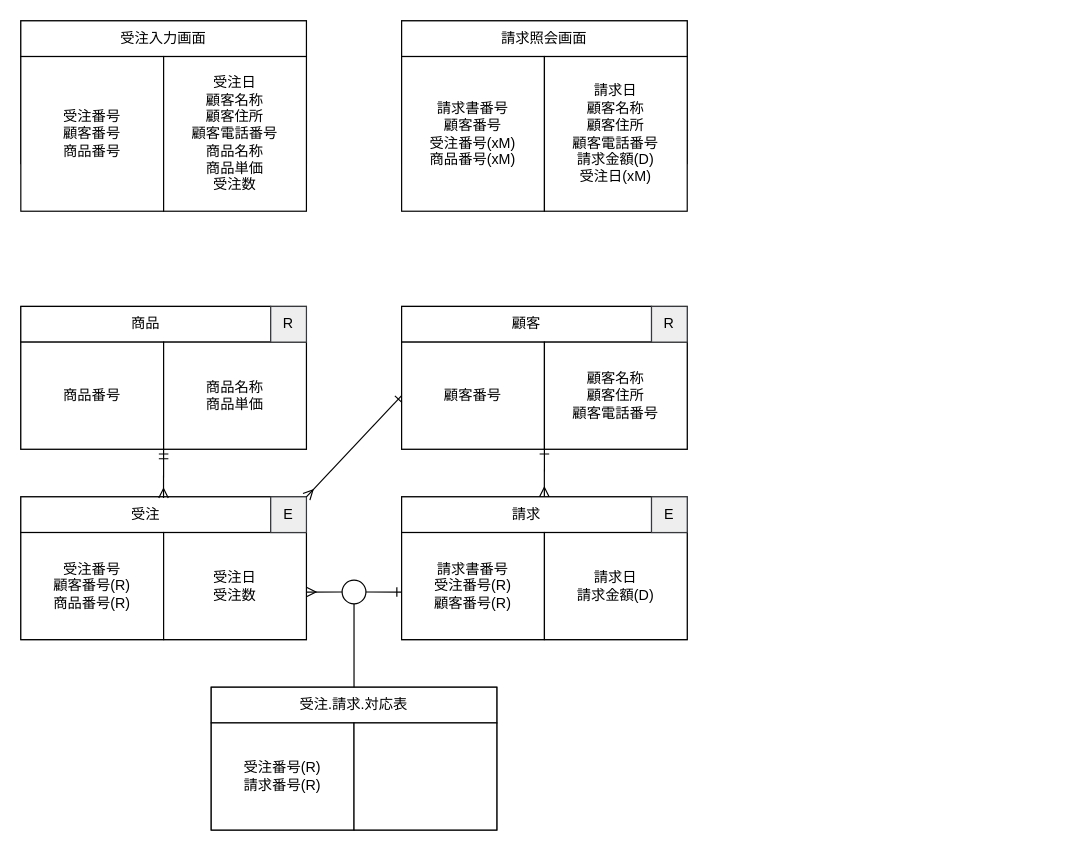
Earlier version of the draw.io diagram tm_work.drawio (pazworld/drawio). Source tidied: cells renumbered, new cells numbered last; positions are measured from the earlier drawing's top-left corner, leaving out a move shared by most shapes. Both pictures are drawn from the tidied source at 119%, with x=0, y=0 at pixel (20, 20).
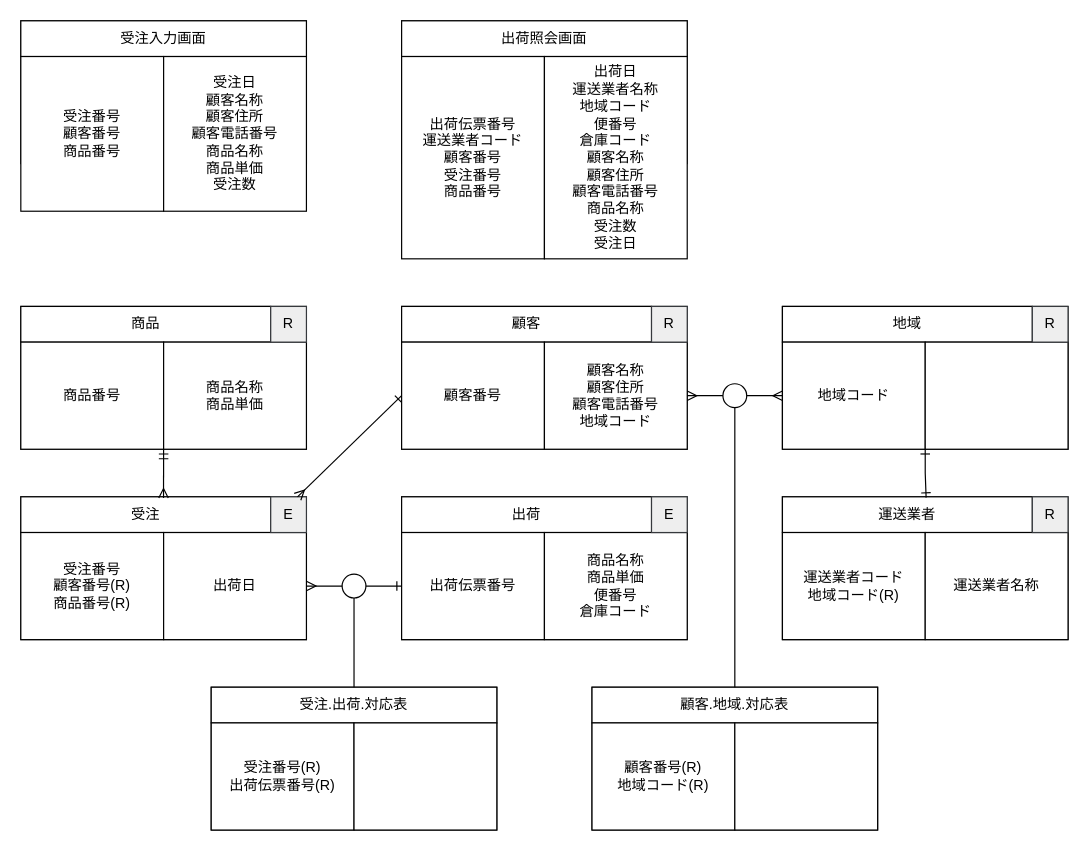
The same diagram, later.

Commit message:
TM入門p.128の練習問題に更新

The change refers to these unchanged cells:
```xml
<mxCell id="18" style="group;" parent="1" vertex="1">
  <mxGeometry x="320" y="240" width="240" height="120" as="geometry" />
</mxCell>
<mxCell id="21" value="顧客番号" style="rounded=0;whiteSpace=wrap;html=1;" parent="18" vertex="1">
  <mxGeometry y="30" width="120" height="90" as="geometry" />
</mxCell>
<mxCell id="29" value="E" style="rounded=0;whiteSpace=wrap;html=1;fillColor=#eeeeee;strokeColor=#36393d;" parent="24" vertex="1">
  <mxGeometry x="210" width="30" height="30" as="geometry" />
</mxCell>
```

Diff of the diagram source:
```diff
@@
     <mxCell id="7" style="group;" parent="1" vertex="1">
-      <mxGeometry x="320" width="240" height="170" as="geometry" />
+      <mxGeometry x="320" width="240" height="200" as="geometry" />
     </mxCell>
@@
-    <mxCell id="9" value="請求照会画面" style="rounded=0;whiteSpace=wrap;html=1;" parent="7" vertex="1">
+    <mxCell id="9" value="出荷照会画面" style="rounded=0;whiteSpace=wrap;html=1;" parent="7" vertex="1">
       <mxGeometry width="240" height="30" as="geometry" />
     </mxCell>
-    <mxCell id="10" value="請求書番号&lt;div&gt;顧客番号&lt;/div&gt;&lt;div&gt;受注番号(xM)&lt;/div&gt;&lt;div&gt;商品番号(xM)&lt;/div&gt;" style="rounded=0;whiteSpace=wrap;html=1;" parent="7" vertex="1">
-      <mxGeometry y="30" width="120" height="130" as="geometry" />
+    <mxCell id="10" value="出荷伝票番号&lt;div&gt;運送業者コード&lt;/div&gt;&lt;div&gt;顧客番号&lt;/div&gt;&lt;div&gt;受注番号&lt;/div&gt;&lt;div&gt;商品番号&lt;/div&gt;" style="rounded=0;whiteSpace=wrap;html=1;" parent="7" vertex="1">
+      <mxGeometry y="30" width="120" height="170" as="geometry" />
     </mxCell>
-    <mxCell id="11" value="請求日&lt;div&gt;顧客名称&lt;/div&gt;&lt;div&gt;顧客住所&lt;/div&gt;&lt;div&gt;顧客電話番号&lt;/div&gt;&lt;div&gt;請求金額(D)&lt;/div&gt;&lt;div&gt;受注日(xM)&lt;/div&gt;" style="rounded=0;whiteSpace=wrap;html=1;" parent="7" vertex="1">
-      <mxGeometry x="120" y="30" width="120" height="130" as="geometry" />
+    <mxCell id="11" value="出荷日&lt;div&gt;運送業者名称&lt;/div&gt;&lt;div&gt;地域コード&lt;/div&gt;&lt;div&gt;便番号&lt;/div&gt;&lt;div&gt;倉庫コード&lt;/div&gt;&lt;div&gt;顧客名称&lt;/div&gt;&lt;div&gt;顧客住所&lt;/div&gt;&lt;div&gt;顧客電話番号&lt;/div&gt;&lt;div&gt;商品名称&lt;/div&gt;&lt;div&gt;受注数&lt;/div&gt;&lt;div&gt;受注日&lt;/div&gt;" style="rounded=0;whiteSpace=wrap;html=1;" parent="7" vertex="1">
+      <mxGeometry x="120" y="30" width="120" height="170" as="geometry" />
     </mxCell>
@@
-    <mxCell id="22" value="顧客名称&lt;div&gt;顧客住所&lt;/div&gt;&lt;div&gt;顧客電話番号&lt;/div&gt;" style="rounded=0;whiteSpace=wrap;html=1;" parent="18" vertex="1">
+    <mxCell id="22" value="顧客名称&lt;div&gt;顧客住所&lt;/div&gt;&lt;div&gt;顧客電話番号&lt;/div&gt;&lt;div&gt;地域コード&lt;/div&gt;" style="rounded=0;whiteSpace=wrap;html=1;" parent="18" vertex="1">
       <mxGeometry x="120" y="30" width="120" height="90" as="geometry" />
     </mxCell>
@@
     <mxCell id="24" style="group;" parent="1" vertex="1">
-      <mxGeometry y="400" width="240" height="120" as="geometry" />
+      <mxGeometry y="400" width="400" height="280" as="geometry" />
     </mxCell>
@@
-    <mxCell id="28" value="受注日&lt;div&gt;受注数&lt;/div&gt;" style="rounded=0;whiteSpace=wrap;html=1;" parent="24" vertex="1">
+    <mxCell id="28" value="出荷日" style="rounded=0;whiteSpace=wrap;html=1;" parent="24" vertex="1">
       <mxGeometry x="120" y="30" width="120" height="90" as="geometry" />
     </mxCell>
@@
-    <mxCell id="30" style="group;" parent="1" vertex="1">
-      <mxGeometry x="320" y="400" width="240" height="120" as="geometry" />
-    </mxCell>
-    <mxCell id="31" style="rounded=0;whiteSpace=wrap;html=1;" parent="30" vertex="1">
-      <mxGeometry width="240" height="120" as="geometry" />
-    </mxCell>
-    <mxCell id="32" value="請求" style="rounded=0;whiteSpace=wrap;html=1;" parent="30" vertex="1">
-      <mxGeometry width="210" height="30" as="geometry" />
-    </mxCell>
-    <mxCell id="33" value="請求書番号&lt;div&gt;受注番号(R)&lt;/div&gt;&lt;div&gt;顧客番号(R)&lt;/div&gt;" style="rounded=0;whiteSpace=wrap;html=1;" parent="30" vertex="1">
-      <mxGeometry y="30" width="120" height="90" as="geometry" />
-    </mxCell>
-    <mxCell id="34" value="請求日&lt;div&gt;請求金額(D)&lt;/div&gt;" style="rounded=0;whiteSpace=wrap;html=1;" parent="30" vertex="1">
-      <mxGeometry x="120" y="30" width="120" height="90" as="geometry" />
-    </mxCell>
-    <mxCell id="35" value="E" style="rounded=0;whiteSpace=wrap;html=1;fillColor=#eeeeee;strokeColor=#36393d;" parent="30" vertex="1">
-      <mxGeometry x="210" width="30" height="30" as="geometry" />
-    </mxCell>
-    <mxCell id="36" style="group;" parent="1" vertex="1">
-      <mxGeometry x="160" y="560" width="240" height="120" as="geometry" />
+    <mxCell id="36" style="group;" parent="24" vertex="1">
+      <mxGeometry x="160" y="160" width="240" height="120" as="geometry" />
     </mxCell>
@@
-    <mxCell id="38" value="受注.請求.対応表" style="rounded=0;whiteSpace=wrap;html=1;" parent="36" vertex="1">
+    <mxCell id="38" value="受注.出荷.対応表" style="rounded=0;whiteSpace=wrap;html=1;" parent="36" vertex="1">
       <mxGeometry width="240" height="30" as="geometry" />
     </mxCell>
-    <mxCell id="39" value="受注番号(R)&lt;div&gt;請求番号(R)&lt;/div&gt;" style="rounded=0;whiteSpace=wrap;html=1;" parent="36" vertex="1">
+    <mxCell id="39" value="受注番号(R)&lt;div&gt;出荷伝票番号(R)&lt;/div&gt;" style="rounded=0;whiteSpace=wrap;html=1;" parent="36" vertex="1">
       <mxGeometry y="30" width="120" height="90" as="geometry" />
     </mxCell>
@@
-    <mxCell id="41" style="ellipse;whiteSpace=wrap;html=1;" parent="1" vertex="1">
-      <mxGeometry x="270" y="470" width="20" height="20" as="geometry" />
+    <mxCell id="41" style="ellipse;whiteSpace=wrap;html=1;" parent="24" vertex="1">
+      <mxGeometry x="270" y="65" width="20" height="20" as="geometry" />
     </mxCell>
+    <mxCell id="44" style="edgeStyle=orthogonalEdgeStyle;rounded=0;jettySize=auto;html=1;exitX=0.5;exitY=0;exitDx=0;exitDy=0;entryX=0.5;entryY=1;entryDx=0;entryDy=0;endArrow=none;startFill=0;" parent="24" edge="1" source="38" target="41">
+      <mxGeometry relative="1" as="geometry" />
+    </mxCell>
-    <mxCell id="42" style="rounded=0;jettySize=auto;html=1;exitX=1;exitY=0.556;exitDx=0;exitDy=0;entryX=0;entryY=0.5;entryDx=0;entryDy=0;exitPerimeter=0;startArrow=ERmany;startFill=0;endArrow=none;" parent="1" edge="1" source="28" target="41">
+    <mxCell id="42" style="edgeStyle=orthogonalEdgeStyle;rounded=0;jettySize=auto;html=1;exitX=1;exitY=0.5;exitDx=0;exitDy=0;entryX=0;entryY=0.5;entryDx=0;entryDy=0;endArrow=none;startFill=0;startArrow=ERmany;" parent="24" edge="1" source="28" target="41">
       <mxGeometry relative="1" as="geometry" />
     </mxCell>
-    <mxCell id="43" style="rounded=0;jettySize=auto;html=1;exitX=0;exitY=0.556;exitDx=0;exitDy=0;entryX=1;entryY=0.5;entryDx=0;entryDy=0;exitPerimeter=0;startArrow=ERone;startFill=0;endArrow=none;" parent="1" edge="1" source="33" target="41">
-      <mxGeometry relative="1" as="geometry" />
-    </mxCell>
-    <mxCell id="44" style="edgeStyle=orthogonalEdgeStyle;rounded=0;jettySize=auto;html=1;exitX=0.5;exitY=0;exitDx=0;exitDy=0;entryX=0.5;entryY=1;entryDx=0;entryDy=0;endArrow=none;startFill=0;" parent="1" edge="1" source="38" target="41">
-      <mxGeometry relative="1" as="geometry" />
-    </mxCell>
@@
-    <mxCell id="46" style="rounded=0;jettySize=auto;html=1;exitX=0.571;exitY=0;exitDx=0;exitDy=0;entryX=0;entryY=1;entryDx=0;entryDy=0;exitPerimeter=0;endArrow=ERone;endFill=0;startArrow=ERmany;startFill=0;" parent="1" edge="1" source="32" target="22">
-      <mxGeometry relative="1" as="geometry" />
-    </mxCell>
+    <mxCell id="30" style="group;" parent="1" vertex="1">
+      <mxGeometry x="320" y="400" width="240" height="120" as="geometry" />
+    </mxCell>
+    <mxCell id="48" style="rounded=0;whiteSpace=wrap;html=1;" parent="30" vertex="1">
+      <mxGeometry width="240" height="120" as="geometry" />
+    </mxCell>
+    <mxCell id="49" value="出荷" style="rounded=0;whiteSpace=wrap;html=1;" parent="30" vertex="1">
+      <mxGeometry width="210" height="30" as="geometry" />
+    </mxCell>
+    <mxCell id="50" value="出荷伝票番号" style="rounded=0;whiteSpace=wrap;html=1;" parent="30" vertex="1">
+      <mxGeometry y="30" width="120" height="90" as="geometry" />
+    </mxCell>
+    <mxCell id="51" value="商品名称&lt;div&gt;商品単価&lt;/div&gt;&lt;div&gt;便番号&lt;/div&gt;&lt;div&gt;倉庫コード&lt;/div&gt;" style="rounded=0;whiteSpace=wrap;html=1;" parent="30" vertex="1">
+      <mxGeometry x="120" y="30" width="120" height="90" as="geometry" />
+    </mxCell>
+    <mxCell id="35" value="E" style="rounded=0;whiteSpace=wrap;html=1;fillColor=#eeeeee;strokeColor=#36393d;" parent="30" vertex="1">
+      <mxGeometry x="210" width="30" height="30" as="geometry" />
+    </mxCell>
+    <mxCell id="52" style="group;" parent="1" vertex="1">
+      <mxGeometry x="640" y="400" width="240" height="120" as="geometry" />
+    </mxCell>
+    <mxCell id="53" style="rounded=0;whiteSpace=wrap;html=1;" parent="52" vertex="1">
+      <mxGeometry width="240" height="120" as="geometry" />
+    </mxCell>
+    <mxCell id="54" value="運送業者" style="rounded=0;whiteSpace=wrap;html=1;" parent="52" vertex="1">
+      <mxGeometry width="210" height="30" as="geometry" />
+    </mxCell>
+    <mxCell id="55" value="運送業者コード&lt;div&gt;地域コード(R)&lt;/div&gt;" style="rounded=0;whiteSpace=wrap;html=1;" parent="52" vertex="1">
+      <mxGeometry y="30" width="120" height="90" as="geometry" />
+    </mxCell>
+    <mxCell id="56" value="運送業者名称" style="rounded=0;whiteSpace=wrap;html=1;" parent="52" vertex="1">
+      <mxGeometry x="120" y="30" width="120" height="90" as="geometry" />
+    </mxCell>
+    <mxCell id="57" value="R" style="rounded=0;whiteSpace=wrap;html=1;fillColor=#eeeeee;strokeColor=#36393d;" parent="52" vertex="1">
+      <mxGeometry x="210" width="30" height="30" as="geometry" />
+    </mxCell>
-    <mxCell id="47" style="rounded=0;jettySize=auto;html=1;exitX=0;exitY=0.5;exitDx=0;exitDy=0;entryX=1;entryY=0;entryDx=0;entryDy=0;endArrow=ERmany;endFill=0;startArrow=ERone;startFill=0;" parent="1" edge="1" source="21" target="29">
+    <mxCell id="47" style="rounded=0;jettySize=auto;html=1;exitX=0;exitY=0.5;exitDx=0;exitDy=0;entryX=0.75;entryY=0;entryDx=0;entryDy=0;startArrow=ERone;startFill=0;endArrow=ERmany;endFill=0;" parent="1" edge="1" source="21" target="29">
       <mxGeometry relative="1" as="geometry" />
     </mxCell>
+    <mxCell id="58" style="edgeStyle=orthogonalEdgeStyle;rounded=0;jettySize=auto;html=1;exitX=0;exitY=0.5;exitDx=0;exitDy=0;entryX=1;entryY=0.5;entryDx=0;entryDy=0;startArrow=ERone;startFill=0;endArrow=none;" parent="1" edge="1" source="50" target="41">
+      <mxGeometry relative="1" as="geometry" />
+    </mxCell>
+    <mxCell id="59" style="group;" parent="1" vertex="1">
+      <mxGeometry x="640" y="240" width="240" height="120" as="geometry" />
+    </mxCell>
+    <mxCell id="60" style="rounded=0;whiteSpace=wrap;html=1;" parent="59" vertex="1">
+      <mxGeometry width="240" height="120" as="geometry" />
+    </mxCell>
+    <mxCell id="61" value="地域" style="rounded=0;whiteSpace=wrap;html=1;" parent="59" vertex="1">
+      <mxGeometry width="210" height="30" as="geometry" />
+    </mxCell>
+    <mxCell id="62" value="地域コード" style="rounded=0;whiteSpace=wrap;html=1;" parent="59" vertex="1">
+      <mxGeometry y="30" width="120" height="90" as="geometry" />
+    </mxCell>
+    <mxCell id="63" style="rounded=0;whiteSpace=wrap;html=1;" parent="59" vertex="1">
+      <mxGeometry x="120" y="30" width="120" height="90" as="geometry" />
+    </mxCell>
+    <mxCell id="64" value="R" style="rounded=0;whiteSpace=wrap;html=1;fillColor=#eeeeee;strokeColor=#36393d;" parent="59" vertex="1">
+      <mxGeometry x="210" width="30" height="30" as="geometry" />
+    </mxCell>
+    <mxCell id="65" style="edgeStyle=orthogonalEdgeStyle;rounded=0;jettySize=auto;html=1;exitX=0;exitY=1;exitDx=0;exitDy=0;entryX=0.575;entryY=0.022;entryDx=0;entryDy=0;entryPerimeter=0;startArrow=ERone;startFill=0;endArrow=ERone;endFill=0;" parent="1" edge="1" source="63" target="54">
+      <mxGeometry relative="1" as="geometry" />
+    </mxCell>
+    <mxCell id="66" style="ellipse;whiteSpace=wrap;html=1;" parent="1" vertex="1">
+      <mxGeometry x="590" y="305" width="20" height="20" as="geometry" />
+    </mxCell>
+    <mxCell id="67" style="group;" parent="1" vertex="1">
+      <mxGeometry x="480" y="560" width="240" height="120" as="geometry" />
+    </mxCell>
+    <mxCell id="68" style="rounded=0;whiteSpace=wrap;html=1;" parent="67" vertex="1">
+      <mxGeometry width="240" height="120" as="geometry" />
+    </mxCell>
+    <mxCell id="69" value="顧客.地域.対応表" style="rounded=0;whiteSpace=wrap;html=1;" parent="67" vertex="1">
+      <mxGeometry width="240" height="30" as="geometry" />
+    </mxCell>
+    <mxCell id="70" value="顧客番号(R)&lt;div&gt;地域コード(R)&lt;/div&gt;" style="rounded=0;whiteSpace=wrap;html=1;" parent="67" vertex="1">
+      <mxGeometry y="30" width="120" height="90" as="geometry" />
+    </mxCell>
+    <mxCell id="71" style="rounded=0;whiteSpace=wrap;html=1;" parent="67" vertex="1">
+      <mxGeometry x="120" y="30" width="120" height="90" as="geometry" />
+    </mxCell>
+    <mxCell id="72" style="edgeStyle=orthogonalEdgeStyle;rounded=0;jettySize=auto;html=1;exitX=0.5;exitY=0;exitDx=0;exitDy=0;entryX=0.5;entryY=1;entryDx=0;entryDy=0;endArrow=none;startFill=0;" parent="1" edge="1" source="69" target="66">
+      <mxGeometry relative="1" as="geometry" />
+    </mxCell>
+    <mxCell id="73" style="rounded=0;jettySize=auto;html=1;exitX=1;exitY=0.5;exitDx=0;exitDy=0;entryX=0;entryY=0.5;entryDx=0;entryDy=0;startArrow=ERmany;startFill=0;endArrow=none;" parent="1" edge="1" source="22" target="66">
+      <mxGeometry relative="1" as="geometry" />
+    </mxCell>
+    <mxCell id="74" style="rounded=0;jettySize=auto;html=1;exitX=0;exitY=0.5;exitDx=0;exitDy=0;entryX=1;entryY=0.5;entryDx=0;entryDy=0;endArrow=none;startFill=0;startArrow=ERmany;" parent="1" edge="1" source="62" target="66">
+      <mxGeometry relative="1" as="geometry" />
+    </mxCell>
```
